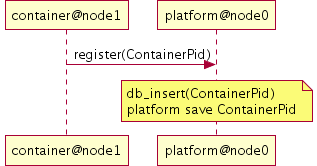
Earlier version of the PlantUML export doc/img/sequence_container_registration.png (b3aver/Erlang-Mobile-Agents). The source it was exported from:
```plantuml
@startuml img/sequence_container_registration.png
container@node1 -> platform@node0: register(ContainerPid)
note over platform@node0:  db_insert(ContainerPid)\nplatform save ContainerPid
@enduml
```
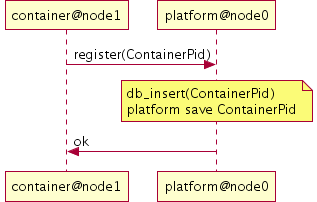
Later version of the same file.

Commit message:
Little changes in sequence diagrams.

The edit, as a diff of the source:
```diff
@@ -1,4 +1,5 @@
 @startuml img/sequence_container_registration.png
 container@node1 -> platform@node0: register(ContainerPid)
 note over platform@node0:  db_insert(ContainerPid)\nplatform save ContainerPid
+platform@node0 -> container@node1: ok
 @enduml
```
